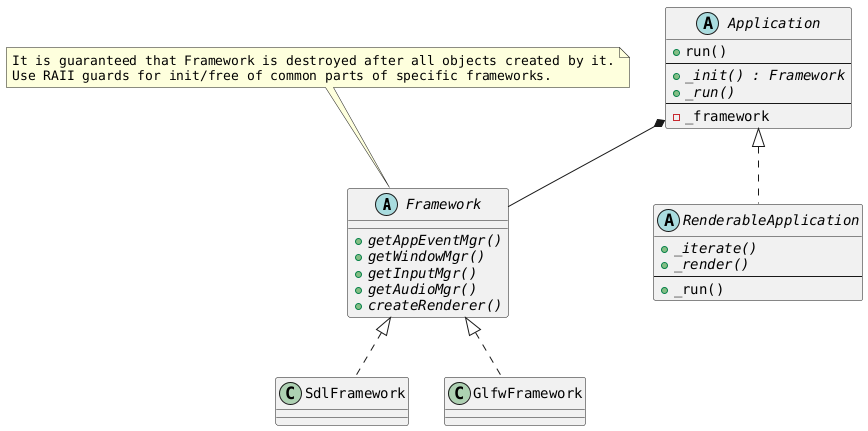
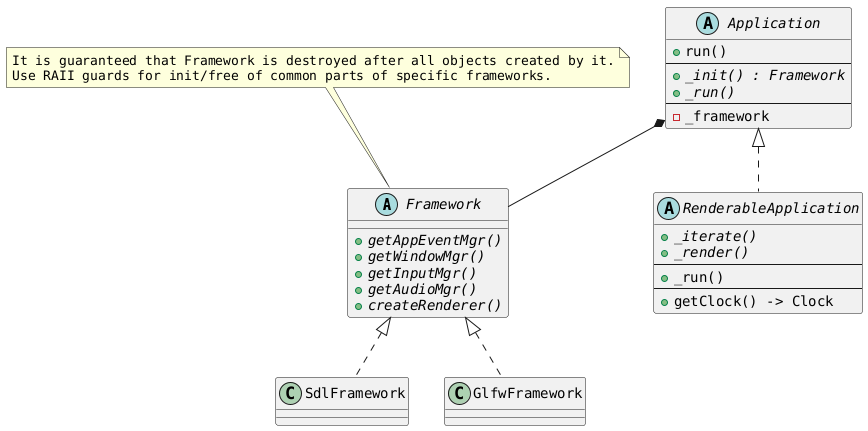
@startuml

skinparam defaultFontName monospaced

'=======================================================================================================================
abstract class Framework {
    {abstract} + getAppEventMgr()
    {abstract} + getWindowMgr()
    {abstract} + getInputMgr()
    {abstract} + getAudioMgr()
    {abstract} + createRenderer()
}

'-----------------------------------------------------------------------------------------------------------------------
note top
    It is guaranteed that Framework is destroyed after all objects created by it.
    Use RAII guards for init/free of common parts of specific frameworks.
end note

'-----------------------------------------------------------------------------------------------------------------------
class SdlFramework implements Framework
class GlfwFramework implements Framework

'=======================================================================================================================
abstract class Application {
    + run()
--
    + {abstract} _init() : Framework
    + {abstract} _run()
--
    - _framework
}

'-----------------------------------------------------------------------------------------------------------------------
abstract class RenderableApplication implements Application {
    + {abstract} _iterate()
    + {abstract} _render()
    --
    + _run()
+     --
+     + getClock() -> Clock
}

'-----------------------------------------------------------------------------------------------------------------------
Application *-- Framework

'=======================================================================================================================
@enduml
